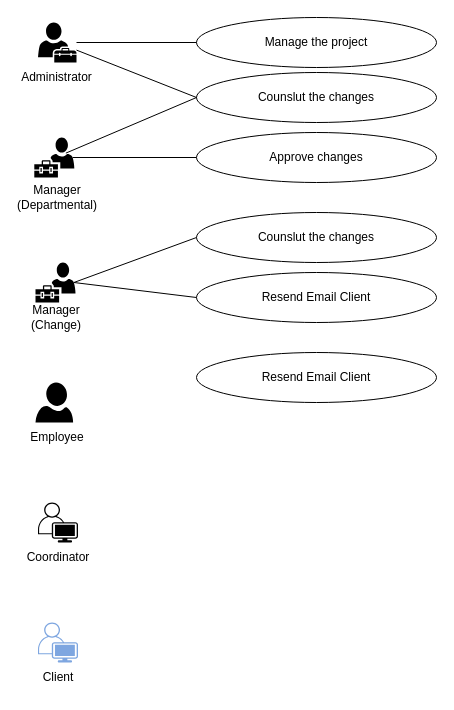
Above: Diagramme du cas d’utilisation.drawio in BenHelal/controleMudancas (draw.io), before the change. Source tidied: cells renumbered, new cells numbered last; positions are measured from the earlier drawing's top-left corner, leaving out a move shared by most shapes. Both pictures are drawn from the tidied source at 100%, with x=0, y=0 at pixel (26, 17).
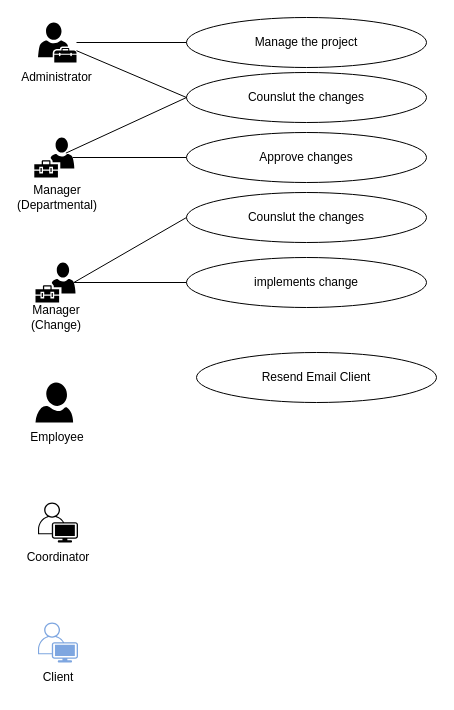
After the change.

Change to the diagram source:
```diff
@@
     <mxCell id="14" value="Manage the project" style="ellipse;whiteSpace=wrap;html=1;" parent="1" vertex="1">
-      <mxGeometry x="170" width="240" height="50" as="geometry" />
+      <mxGeometry x="160" width="240" height="50" as="geometry" />
     </mxCell>
@@
     <mxCell id="16" value="Approve changes" style="ellipse;whiteSpace=wrap;html=1;" parent="1" vertex="1">
-      <mxGeometry x="170" y="115" width="240" height="50" as="geometry" />
+      <mxGeometry x="160" y="115" width="240" height="50" as="geometry" />
     </mxCell>
-    <mxCell id="17" value="Resend Email Client" style="ellipse;whiteSpace=wrap;html=1;" parent="1" vertex="1">
-      <mxGeometry x="170" y="255" width="240" height="50" as="geometry" />
+    <mxCell id="17" value="implements change" style="ellipse;whiteSpace=wrap;html=1;" parent="1" vertex="1">
+      <mxGeometry x="160" y="240" width="240" height="50" as="geometry" />
     </mxCell>
@@
     <mxCell id="20" value="Counslut the changes" style="ellipse;whiteSpace=wrap;html=1;" parent="1" vertex="1">
-      <mxGeometry x="170" y="55" width="240" height="50" as="geometry" />
+      <mxGeometry x="160" y="55" width="240" height="50" as="geometry" />
     </mxCell>
@@
     <mxCell id="23" value="Counslut the changes" style="ellipse;whiteSpace=wrap;html=1;" parent="1" vertex="1">
-      <mxGeometry x="170" y="195" width="240" height="50" as="geometry" />
+      <mxGeometry x="160" y="175" width="240" height="50" as="geometry" />
     </mxCell>
```
